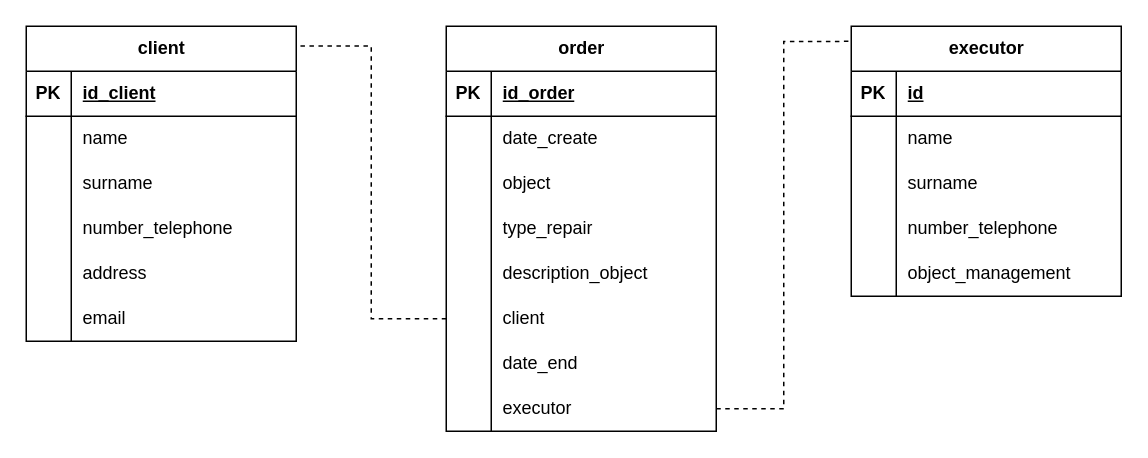
The draw.io diagram Диаграмма без названия.drawio in Kirillovq/PP-December-, before the edit. Source tidied: cells renumbered, new cells numbered last; positions are measured from the earlier drawing's top-left corner, leaving out a move shared by most shapes. Both pictures are drawn from the tidied source at 150%, with x=0, y=0 at pixel (26, 26).
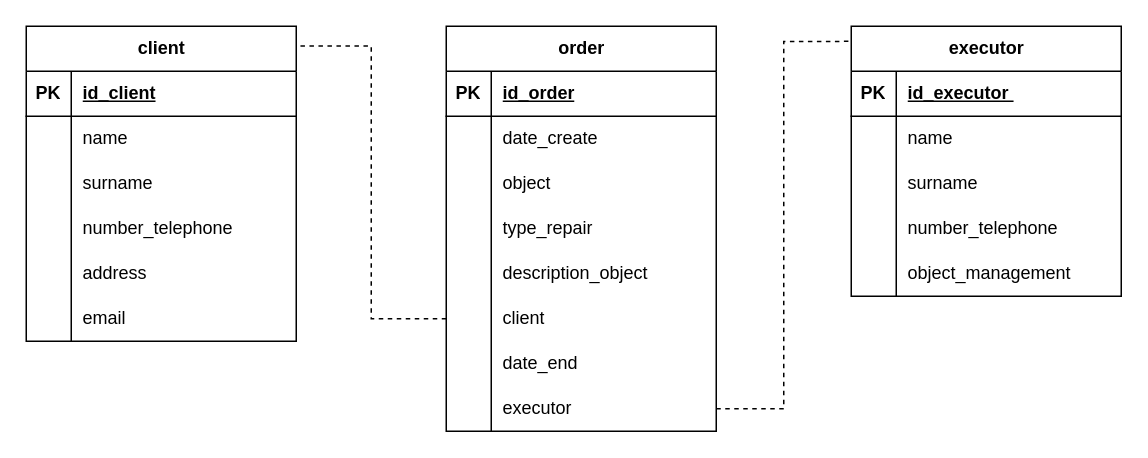
After the change.

The change refers to these unchanged cells:
```xml
<mxCell id="47" style="shape=tableRow;horizontal=0;startSize=0;swimlaneHead=0;swimlaneBody=0;fillColor=none;top=0;left=0;right=0;bottom=1;" parent="46" vertex="1">
  <mxGeometry y="30" width="180" height="30" as="geometry" />
</mxCell>
```

What changed in the source:
```diff
@@
-    <mxCell id="49" value="id" style="shape=partialRectangle;fillColor=none;top=0;left=0;bottom=0;right=0;align=left;spacingLeft=6;fontStyle=5;overflow=hidden;whiteSpace=wrap;html=1;" parent="47" vertex="1">
+    <mxCell id="49" value="id_executor&amp;nbsp;" style="shape=partialRectangle;fillColor=none;top=0;left=0;bottom=0;right=0;align=left;spacingLeft=6;fontStyle=5;overflow=hidden;whiteSpace=wrap;html=1;" parent="47" vertex="1">
       <mxGeometry x="30" width="150" height="30" as="geometry" />
     </mxCell>
```
